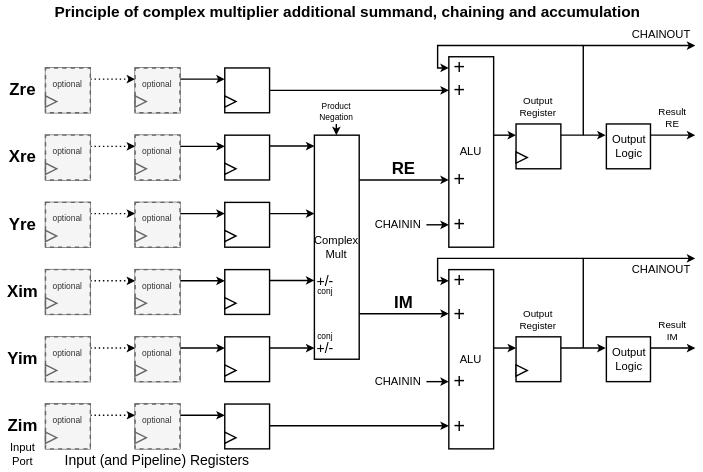
The draw.io diagram VHDL/dspcore2/doc/complex_mult1add1.drawio.svg in Fixitfetish/fpga_potpourri, before a commit. Source tidied: cells renumbered, new cells last; positions are measured from the earlier drawing's top-left corner, leaving out a move shared by most shapes.
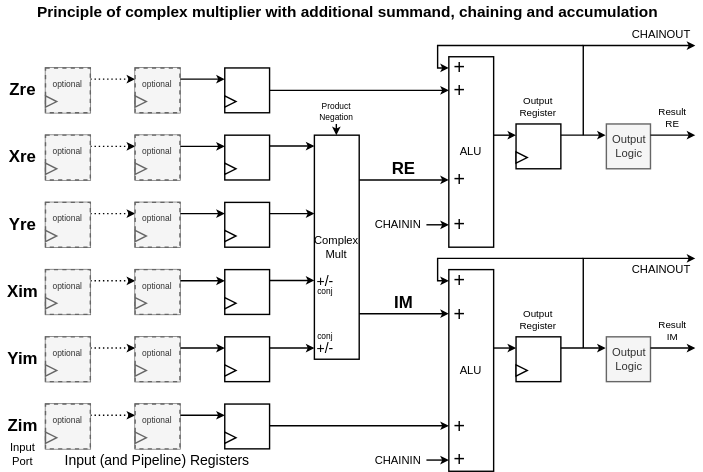
After the commit.

Diff of the diagram source:
```diff
@@ -14,7 +14,7 @@
     <mxCell id="5" style="triangle;whiteSpace=wrap;html=1;" parent="3" vertex="1">
       <mxGeometry y="20" width="8" height="8" as="geometry" />
     </mxCell>
-    <mxCell id="6" value="Principle of complex multiplier additional summand, chaining and accumulation" style="text;html=1;strokeColor=none;fillColor=none;align=center;verticalAlign=middle;whiteSpace=wrap;rounded=0;fontSize=11;fontStyle=1;" parent="1" vertex="1">
+    <mxCell id="6" value="Principle of complex multiplier with additional summand, chaining and accumulation" style="text;html=1;strokeColor=none;fillColor=none;align=center;verticalAlign=middle;whiteSpace=wrap;rounded=0;fontSize=11;fontStyle=1;" parent="1" vertex="1">
       <mxGeometry width="496" height="16" as="geometry" />
     </mxCell>
     <mxCell id="7" value="+" style="text;html=1;strokeColor=none;fillColor=none;align=center;verticalAlign=middle;whiteSpace=wrap;rounded=0;fontSize=14;" parent="1" vertex="1">
@@ -282,7 +282,7 @@
         <mxPoint x="432" y="96" as="targetPoint" />
       </mxGeometry>
     </mxCell>
-    <mxCell id="79" value="Output&lt;br style=&quot;font-size: 8px;&quot;&gt;Logic" style="rounded=0;whiteSpace=wrap;html=1;fontSize=8;fontStyle=0;" parent="1" vertex="1">
+    <mxCell id="79" value="Output&lt;br style=&quot;font-size: 8px;&quot;&gt;Logic" style="rounded=0;whiteSpace=wrap;html=1;fontSize=8;fontStyle=0;fillColor=#f5f5f5;fontColor=#333333;strokeColor=#666666;" parent="1" vertex="1">
       <mxGeometry x="432.5" y="88" width="31.5" height="32" as="geometry" />
     </mxCell>
     <mxCell id="80" style="endArrow=classic;html=1;rounded=0;fontSize=16;endSize=3;startSize=3;" parent="1" edge="1">
@@ -433,19 +433,19 @@
       <mxGeometry x="224" y="240" width="16" height="16" as="geometry" />
     </mxCell>
     <mxCell id="118" value="ALU" style="rounded=0;whiteSpace=wrap;html=1;fontSize=8;fontStyle=0;" parent="1" vertex="1">
-      <mxGeometry x="320" y="192" width="32" height="128" as="geometry" />
+      <mxGeometry x="320" y="192" width="32" height="144" as="geometry" />
     </mxCell>
     <mxCell id="119" style="endArrow=classic;html=1;rounded=0;fontSize=16;endSize=3;startSize=3;" parent="1" edge="1">
       <mxGeometry relative="1" as="geometry">
-        <mxPoint x="304" y="272" as="sourcePoint" />
-        <mxPoint x="320" y="272" as="targetPoint" />
+        <mxPoint x="304" y="328" as="sourcePoint" />
+        <mxPoint x="320" y="328" as="targetPoint" />
       </mxGeometry>
     </mxCell>
     <mxCell id="120" value="+" style="text;html=1;strokeColor=none;fillColor=none;align=center;verticalAlign=middle;whiteSpace=wrap;rounded=0;fontSize=14;" parent="1" vertex="1">
-      <mxGeometry x="320" y="264" width="16" height="16" as="geometry" />
+      <mxGeometry x="320" y="320" width="16" height="16" as="geometry" />
     </mxCell>
     <mxCell id="121" value="CHAININ" style="text;html=1;strokeColor=none;fillColor=none;align=center;verticalAlign=middle;whiteSpace=wrap;rounded=0;fontSize=8;fontColor=#000000;" parent="1" vertex="1">
-      <mxGeometry x="264" y="264" width="40" height="16" as="geometry" />
+      <mxGeometry x="264" y="320" width="40" height="16" as="geometry" />
     </mxCell>
     <mxCell id="122" value="+" style="text;html=1;strokeColor=none;fillColor=none;align=center;verticalAlign=middle;whiteSpace=wrap;rounded=0;fontSize=14;" parent="1" vertex="1">
       <mxGeometry x="320" y="296" width="16" height="16" as="geometry" />
@@ -490,7 +490,7 @@
         <mxPoint x="432" y="248" as="targetPoint" />
       </mxGeometry>
     </mxCell>
-    <mxCell id="132" value="Output&lt;br style=&quot;font-size: 8px;&quot;&gt;Logic" style="rounded=0;whiteSpace=wrap;html=1;fontSize=8;fontStyle=0;" parent="1" vertex="1">
+    <mxCell id="132" value="Output&lt;br style=&quot;font-size: 8px;&quot;&gt;Logic" style="rounded=0;whiteSpace=wrap;html=1;fontSize=8;fontStyle=0;fillColor=#f5f5f5;fontColor=#333333;strokeColor=#666666;" parent="1" vertex="1">
       <mxGeometry x="432.5" y="240" width="31.5" height="32" as="geometry" />
     </mxCell>
     <mxCell id="133" style="endArrow=classic;html=1;rounded=0;fontSize=16;endSize=3;startSize=3;" parent="1" edge="1">
```
